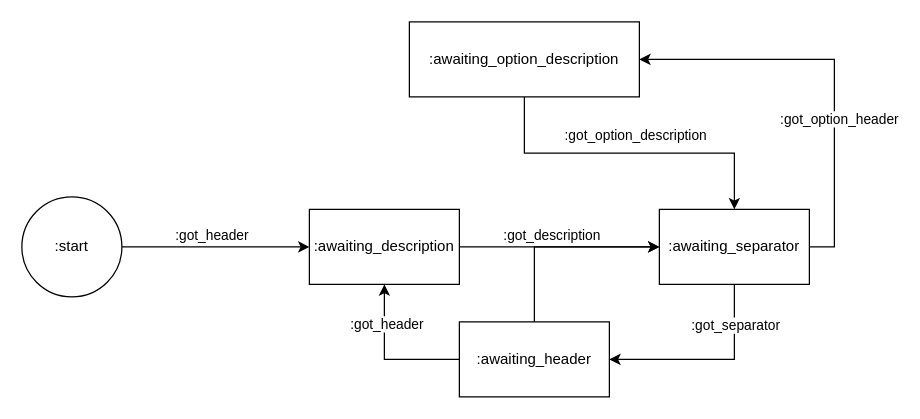
The draw.io diagram docs/param_workflow.drawio in dodevops/puppet-lint-param_comment-check, before the edit. Source tidied: cells renumbered, new cells numbered last; positions are measured from the earlier drawing's top-left corner, leaving out a move shared by most shapes. Both pictures are drawn from the tidied source at 125%, with x=0, y=0 at pixel (21, 21).
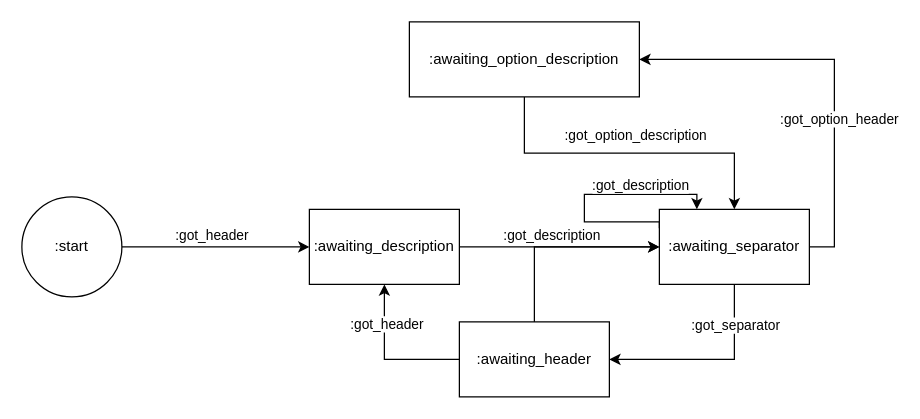
After the change.

Unchanged cells that the change refers to:
```xml
<mxCell id="12" value=":awaiting_separator" style="whiteSpace=wrap;html=1;" parent="1" vertex="1">
  <mxGeometry x="510" y="150" width="120" height="60" as="geometry" />
</mxCell>
```

What changed in the source:
```diff
@@
+    <mxCell id="20" style="edgeStyle=orthogonalEdgeStyle;rounded=0;orthogonalLoop=1;jettySize=auto;html=1;exitX=0;exitY=0.25;exitDx=0;exitDy=0;entryX=0.25;entryY=0;entryDx=0;entryDy=0;" parent="1" edge="1" source="12" target="12">
+      <mxGeometry relative="1" as="geometry">
+        <Array as="points">
+          <mxPoint x="510" y="160" />
+          <mxPoint x="450" y="160" />
+          <mxPoint x="450" y="138" />
+          <mxPoint x="540" y="138" />
+        </Array>
+      </mxGeometry>
+    </mxCell>
+    <mxCell id="21" value=":got_description" style="edgeLabel;html=1;align=center;verticalAlign=middle;" parent="20" vertex="1">
+      <mxGeometry x="0.27" relative="1" as="geometry">
+        <mxPoint x="11" y="-8" as="offset" />
+      </mxGeometry>
+    </mxCell>
```
